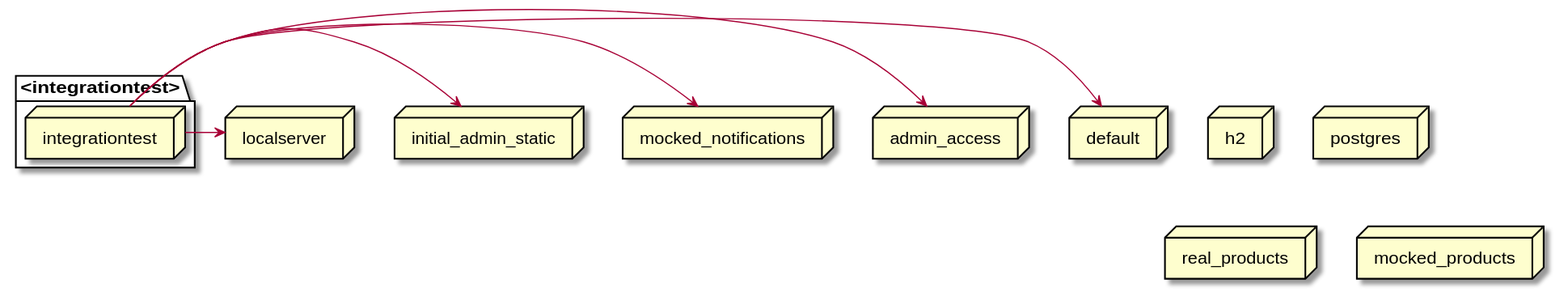
Before: docs/latest/images/gen_springprofiles-integrationtest.svg, a diagram exported from PlantUML (mercedes-benz/sechub).
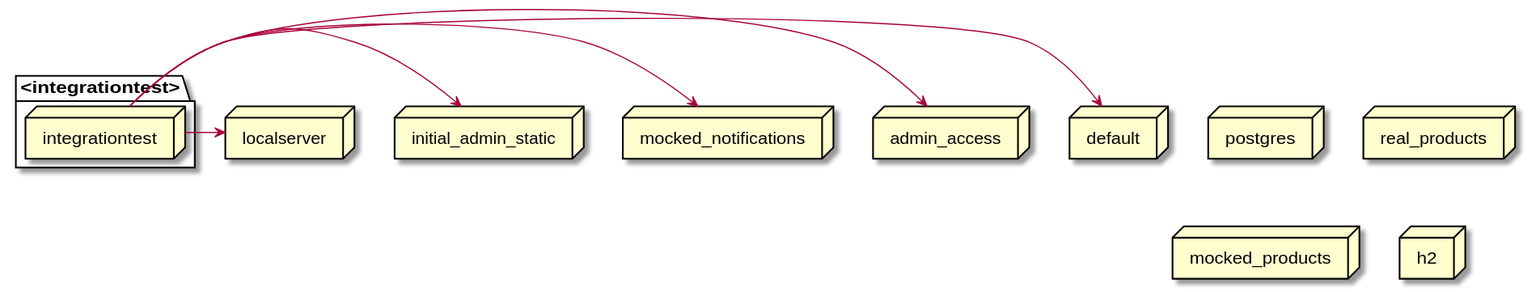
Above is the later version.

What changed in the source:
```diff
@@ -1,16 +1,16 @@
 @startuml
-node h2
+node default
 node postgres
+node real_products
+node mocked_products
+node mocked_notifications
+node localserver
+node initial_admin_static
+node admin_access
 package <integrationtest>{
    node integrationtest
 }
-node real_products
-node initial_admin_static
-node localserver
-node default
-node admin_access
-node mocked_products
-node mocked_notifications
+node h2
 integrationtest -> localserver
 integrationtest -> initial_admin_static
 integrationtest -> mocked_notifications
```
